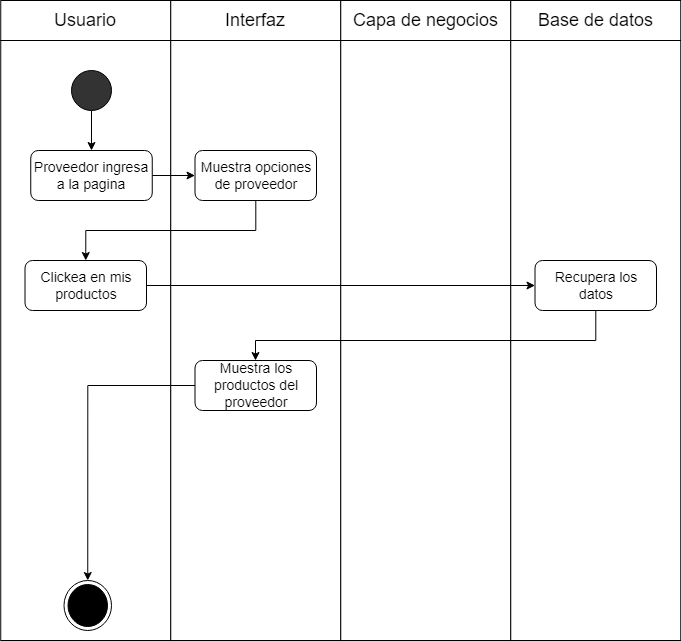
Before: Fase 1/Evidencias Grupales/Diagramas/3) Diagrama de Actividad/37)Lista de productos.drawio.png, a diagram exported from draw.io (SoyElMato1/Grupo4-GreenMarket). Source tidied: cells renumbered, new cells last; positions are measured from the earlier drawing's top-left corner, leaving out a move shared by most shapes. The source it was exported from:
```xml
<mxGraphModel>
  <root>
    <mxCell id="0" />
    <mxCell id="1" parent="0" />
    <mxCell id="2" style="group;" parent="1" vertex="1">
      <mxGeometry x="0.2" width="680" height="40" as="geometry" />
    </mxCell>
    <mxCell id="3" style="group;" parent="2" vertex="1">
      <mxGeometry width="170" height="40" as="geometry" />
    </mxCell>
    <mxCell id="4" style="rounded=0;whiteSpace=wrap;html=1;fontSize=14;fillColor=#FFFFFF;" parent="3" vertex="1">
      <mxGeometry width="170" height="40" as="geometry" />
    </mxCell>
    <mxCell id="5" value="&lt;font style=&quot;font-size: 18px;&quot;&gt;Usuario&lt;/font&gt;" style="text;html=1;strokeColor=none;fillColor=none;align=center;verticalAlign=middle;whiteSpace=wrap;rounded=0;" parent="3" vertex="1">
      <mxGeometry x="55" y="5" width="60" height="30" as="geometry" />
    </mxCell>
    <mxCell id="6" style="group;" parent="2" vertex="1">
      <mxGeometry x="170" width="170" height="40" as="geometry" />
    </mxCell>
    <mxCell id="7" style="rounded=0;whiteSpace=wrap;html=1;fontSize=14;fillColor=#FFFFFF;" parent="6" vertex="1">
      <mxGeometry width="170" height="40" as="geometry" />
    </mxCell>
    <mxCell id="8" value="&lt;span style=&quot;font-size: 18px;&quot;&gt;Interfaz&lt;/span&gt;" style="text;html=1;strokeColor=none;fillColor=none;align=center;verticalAlign=middle;whiteSpace=wrap;rounded=0;" parent="6" vertex="1">
      <mxGeometry x="55" y="5" width="60" height="30" as="geometry" />
    </mxCell>
    <mxCell id="9" style="group;" parent="2" vertex="1">
      <mxGeometry x="340" width="170" height="40" as="geometry" />
    </mxCell>
    <mxCell id="10" style="rounded=0;whiteSpace=wrap;html=1;fontSize=14;fillColor=#FFFFFF;" parent="9" vertex="1">
      <mxGeometry width="170" height="40" as="geometry" />
    </mxCell>
    <mxCell id="11" value="&lt;span style=&quot;font-size: 18px;&quot;&gt;Capa de negocios&lt;/span&gt;" style="text;html=1;strokeColor=none;fillColor=none;align=center;verticalAlign=middle;whiteSpace=wrap;rounded=0;" parent="9" vertex="1">
      <mxGeometry x="7.5" y="5" width="155" height="30" as="geometry" />
    </mxCell>
    <mxCell id="12" style="group;" parent="2" vertex="1">
      <mxGeometry x="510" width="170" height="40" as="geometry" />
    </mxCell>
    <mxCell id="13" style="rounded=0;whiteSpace=wrap;html=1;fontSize=14;fillColor=#FFFFFF;" parent="12" vertex="1">
      <mxGeometry width="170" height="40" as="geometry" />
    </mxCell>
    <mxCell id="14" value="&lt;span style=&quot;font-size: 18px;&quot;&gt;Base de datos&lt;/span&gt;" style="text;html=1;strokeColor=none;fillColor=none;align=center;verticalAlign=middle;whiteSpace=wrap;rounded=0;" parent="12" vertex="1">
      <mxGeometry x="7.5" y="5" width="155" height="30" as="geometry" />
    </mxCell>
    <mxCell id="15" style="rounded=0;whiteSpace=wrap;html=1;" parent="1" vertex="1">
      <mxGeometry x="0.2" y="40" width="170" height="600" as="geometry" />
    </mxCell>
    <mxCell id="16" style="rounded=0;whiteSpace=wrap;html=1;" parent="1" vertex="1">
      <mxGeometry x="170.2" y="40" width="170" height="600" as="geometry" />
    </mxCell>
    <mxCell id="17" style="rounded=0;whiteSpace=wrap;html=1;" parent="1" vertex="1">
      <mxGeometry x="340.2" y="40" width="170" height="600" as="geometry" />
    </mxCell>
    <mxCell id="18" style="rounded=0;whiteSpace=wrap;html=1;" parent="1" vertex="1">
      <mxGeometry x="510.2" y="40" width="170" height="600" as="geometry" />
    </mxCell>
    <mxCell id="19" style="edgeStyle=orthogonalEdgeStyle;rounded=0;jettySize=auto;html=1;entryX=0.5;entryY=0;entryDx=0;entryDy=0;" parent="1" edge="1" source="20" target="25">
      <mxGeometry relative="1" as="geometry" />
    </mxCell>
    <mxCell id="20" style="ellipse;whiteSpace=wrap;html=1;fontSize=18;fillColor=#333333;" parent="1" vertex="1">
      <mxGeometry x="71" y="70" width="40" height="40" as="geometry" />
    </mxCell>
    <mxCell id="21" style="edgeStyle=orthogonalEdgeStyle;rounded=0;jettySize=auto;html=1;entryX=0.5;entryY=0;entryDx=0;entryDy=0;" parent="1" edge="1" source="22" target="29">
      <mxGeometry relative="1" as="geometry">
        <Array as="points">
          <mxPoint x="255" y="230" />
          <mxPoint x="85" y="230" />
        </Array>
      </mxGeometry>
    </mxCell>
    <mxCell id="22" value="Muestra opciones de proveedor" style="rounded=1;whiteSpace=wrap;html=1;fontSize=14;" parent="1" vertex="1">
      <mxGeometry x="194.5" y="150" width="121.5" height="50" as="geometry" />
    </mxCell>
    <mxCell id="23" style="ellipse;html=1;shape=endState;fillColor=#000000;strokeColor=#000000;" parent="1" vertex="1">
      <mxGeometry x="63.5" y="580" width="47.5" height="50" as="geometry" />
    </mxCell>
    <mxCell id="24" style="edgeStyle=orthogonalEdgeStyle;rounded=0;jettySize=auto;html=1;entryX=0;entryY=0.5;entryDx=0;entryDy=0;" parent="1" edge="1" source="25" target="22">
      <mxGeometry relative="1" as="geometry" />
    </mxCell>
    <mxCell id="25" value="Proveedor ingresa a la pagina" style="rounded=1;whiteSpace=wrap;html=1;fontSize=14;" parent="1" vertex="1">
      <mxGeometry x="30.2" y="150" width="121.5" height="50" as="geometry" />
    </mxCell>
    <mxCell id="26" style="edgeStyle=orthogonalEdgeStyle;rounded=0;jettySize=auto;html=1;entryX=0.5;entryY=0;entryDx=0;entryDy=0;" parent="1" edge="1" source="27" target="23">
      <mxGeometry relative="1" as="geometry" />
    </mxCell>
    <mxCell id="27" value="Muestra los productos del proveedor" style="rounded=1;whiteSpace=wrap;html=1;fontSize=14;" parent="1" vertex="1">
      <mxGeometry x="194.5" y="360" width="121.5" height="50" as="geometry" />
    </mxCell>
    <mxCell id="28" style="edgeStyle=orthogonalEdgeStyle;rounded=0;jettySize=auto;html=1;entryX=0;entryY=0.5;entryDx=0;entryDy=0;" parent="1" edge="1" source="29" target="31">
      <mxGeometry relative="1" as="geometry" />
    </mxCell>
    <mxCell id="29" value="Clickea en mis productos" style="rounded=1;whiteSpace=wrap;html=1;fontSize=14;" parent="1" vertex="1">
      <mxGeometry x="24.5" y="260" width="121.5" height="50" as="geometry" />
    </mxCell>
    <mxCell id="30" style="edgeStyle=orthogonalEdgeStyle;rounded=0;jettySize=auto;html=1;" parent="1" edge="1" source="31" target="27">
      <mxGeometry relative="1" as="geometry">
        <Array as="points">
          <mxPoint x="595" y="340" />
          <mxPoint x="255" y="340" />
        </Array>
      </mxGeometry>
    </mxCell>
    <mxCell id="31" value="Recupera los datos" style="rounded=1;whiteSpace=wrap;html=1;fontSize=14;" parent="1" vertex="1">
      <mxGeometry x="534.5" y="260" width="121.5" height="50" as="geometry" />
    </mxCell>
  </root>
</mxGraphModel>
```
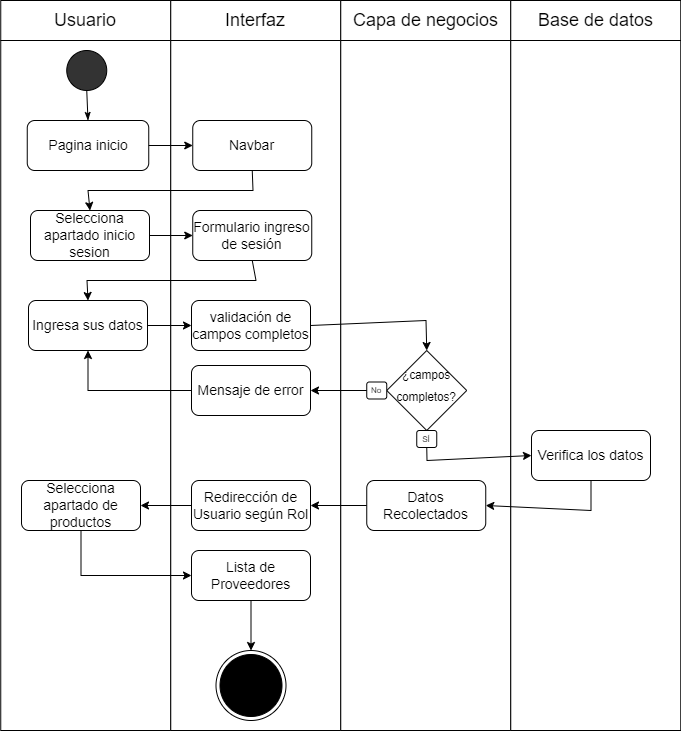
The same diagram one commit later.

Diff of the diagram source:
```diff
@@ -42,65 +42,145 @@
       <mxGeometry x="7.5" y="5" width="155" height="30" as="geometry" />
     </mxCell>
     <mxCell id="15" style="rounded=0;whiteSpace=wrap;html=1;" parent="1" vertex="1">
-      <mxGeometry x="0.2" y="40" width="170" height="600" as="geometry" />
+      <mxGeometry x="0.2" y="40" width="170" height="690" as="geometry" />
     </mxCell>
     <mxCell id="16" style="rounded=0;whiteSpace=wrap;html=1;" parent="1" vertex="1">
-      <mxGeometry x="170.2" y="40" width="170" height="600" as="geometry" />
+      <mxGeometry x="170.2" y="40" width="170" height="690" as="geometry" />
     </mxCell>
     <mxCell id="17" style="rounded=0;whiteSpace=wrap;html=1;" parent="1" vertex="1">
-      <mxGeometry x="340.2" y="40" width="170" height="600" as="geometry" />
+      <mxGeometry x="340.2" y="40" width="170" height="690" as="geometry" />
     </mxCell>
     <mxCell id="18" style="rounded=0;whiteSpace=wrap;html=1;" parent="1" vertex="1">
-      <mxGeometry x="510.2" y="40" width="170" height="600" as="geometry" />
+      <mxGeometry x="510.2" y="40" width="170" height="690" as="geometry" />
     </mxCell>
-    <mxCell id="19" style="edgeStyle=orthogonalEdgeStyle;rounded=0;jettySize=auto;html=1;entryX=0.5;entryY=0;entryDx=0;entryDy=0;" parent="1" edge="1" source="20" target="25">
-      <mxGeometry relative="1" as="geometry" />
-    </mxCell>
-    <mxCell id="20" style="ellipse;whiteSpace=wrap;html=1;fontSize=18;fillColor=#333333;" parent="1" vertex="1">
-      <mxGeometry x="71" y="70" width="40" height="40" as="geometry" />
-    </mxCell>
-    <mxCell id="21" style="edgeStyle=orthogonalEdgeStyle;rounded=0;jettySize=auto;html=1;entryX=0.5;entryY=0;entryDx=0;entryDy=0;" parent="1" edge="1" source="22" target="29">
-      <mxGeometry relative="1" as="geometry">
-        <Array as="points">
-          <mxPoint x="255" y="230" />
-          <mxPoint x="85" y="230" />
-        </Array>
-      </mxGeometry>
-    </mxCell>
-    <mxCell id="22" value="Muestra opciones de proveedor" style="rounded=1;whiteSpace=wrap;html=1;fontSize=14;" parent="1" vertex="1">
-      <mxGeometry x="194.5" y="150" width="121.5" height="50" as="geometry" />
-    </mxCell>
-    <mxCell id="23" style="ellipse;html=1;shape=endState;fillColor=#000000;strokeColor=#000000;" parent="1" vertex="1">
-      <mxGeometry x="63.5" y="580" width="47.5" height="50" as="geometry" />
-    </mxCell>
-    <mxCell id="24" style="edgeStyle=orthogonalEdgeStyle;rounded=0;jettySize=auto;html=1;entryX=0;entryY=0.5;entryDx=0;entryDy=0;" parent="1" edge="1" source="25" target="22">
-      <mxGeometry relative="1" as="geometry" />
-    </mxCell>
-    <mxCell id="25" value="Proveedor ingresa a la pagina" style="rounded=1;whiteSpace=wrap;html=1;fontSize=14;" parent="1" vertex="1">
-      <mxGeometry x="30.2" y="150" width="121.5" height="50" as="geometry" />
-    </mxCell>
-    <mxCell id="26" style="edgeStyle=orthogonalEdgeStyle;rounded=0;jettySize=auto;html=1;entryX=0.5;entryY=0;entryDx=0;entryDy=0;" parent="1" edge="1" source="27" target="23">
-      <mxGeometry relative="1" as="geometry" />
-    </mxCell>
-    <mxCell id="27" value="Muestra los productos del proveedor" style="rounded=1;whiteSpace=wrap;html=1;fontSize=14;" parent="1" vertex="1">
-      <mxGeometry x="194.5" y="360" width="121.5" height="50" as="geometry" />
-    </mxCell>
-    <mxCell id="28" style="edgeStyle=orthogonalEdgeStyle;rounded=0;jettySize=auto;html=1;entryX=0;entryY=0.5;entryDx=0;entryDy=0;" parent="1" edge="1" source="29" target="31">
-      <mxGeometry relative="1" as="geometry" />
-    </mxCell>
-    <mxCell id="29" value="Clickea en mis productos" style="rounded=1;whiteSpace=wrap;html=1;fontSize=14;" parent="1" vertex="1">
-      <mxGeometry x="24.5" y="260" width="121.5" height="50" as="geometry" />
-    </mxCell>
-    <mxCell id="30" style="edgeStyle=orthogonalEdgeStyle;rounded=0;jettySize=auto;html=1;" parent="1" edge="1" source="31" target="27">
-      <mxGeometry relative="1" as="geometry">
-        <Array as="points">
-          <mxPoint x="595" y="340" />
-          <mxPoint x="255" y="340" />
-        </Array>
-      </mxGeometry>
-    </mxCell>
-    <mxCell id="31" value="Recupera los datos" style="rounded=1;whiteSpace=wrap;html=1;fontSize=14;" parent="1" vertex="1">
-      <mxGeometry x="534.5" y="260" width="121.5" height="50" as="geometry" />
-    </mxCell>
+    <mxCell id="32" style="ellipse;html=1;shape=endState;fillColor=#000000;strokeColor=#000000;" parent="1" vertex="1">
+      <mxGeometry x="215.5" y="650" width="70" height="70" as="geometry" />
+    </mxCell>
+    <mxCell id="33" style="ellipse;whiteSpace=wrap;html=1;fontSize=18;fillColor=#333333;" parent="1" vertex="1">
+      <mxGeometry x="66.2" y="50" width="40" height="40" as="geometry" />
+    </mxCell>
+    <mxCell id="34" style="endArrow=none;html=1;rounded=0;fontSize=18;entryX=0.5;entryY=1;entryDx=0;entryDy=0;exitX=0.5;exitY=0;exitDx=0;exitDy=0;startArrow=classicThin;startFill=1;" parent="1" edge="1" source="56" target="33">
+      <mxGeometry relative="1" as="geometry" />
+    </mxCell>
+    <mxCell id="35" value="Formulario ingreso de sesión" style="rounded=1;whiteSpace=wrap;html=1;fontSize=14;" parent="1" vertex="1">
+      <mxGeometry x="192.2" y="210" width="119" height="50" as="geometry" />
+    </mxCell>
+    <mxCell id="36" style="group;" parent="1" vertex="1">
+      <mxGeometry x="366.2" y="350" width="100" height="97" as="geometry" />
+    </mxCell>
+    <mxCell id="37" value="&lt;font style=&quot;line-height: 0; font-size: 14px;&quot;&gt;&lt;sup style=&quot;&quot;&gt;¿campos completos?&lt;/sup&gt;&lt;/font&gt;" style="rhombus;whiteSpace=wrap;html=1;fontSize=18;fillColor=#FFFFFF;align=center;" parent="36" vertex="1">
+      <mxGeometry x="20" width="80" height="80" as="geometry" />
+    </mxCell>
+    <mxCell id="38" value="No" style="rounded=1;whiteSpace=wrap;html=1;fontSize=8;fillColor=#FFFFFF;" parent="36" vertex="1">
+      <mxGeometry y="31.5" width="20" height="17" as="geometry" />
+    </mxCell>
+    <mxCell id="39" value="SÍ" style="rounded=1;whiteSpace=wrap;html=1;fontSize=8;fillColor=#FFFFFF;" parent="36" vertex="1">
+      <mxGeometry x="50" y="80" width="20" height="17" as="geometry" />
+    </mxCell>
+    <mxCell id="40" value="Verifica los datos" style="rounded=1;whiteSpace=wrap;html=1;fontSize=14;" parent="1" vertex="1">
+      <mxGeometry x="531" y="430" width="119" height="50" as="geometry" />
+    </mxCell>
+    <mxCell id="41" value="Mensaje de error" style="rounded=1;whiteSpace=wrap;html=1;fontSize=14;" parent="1" vertex="1">
+      <mxGeometry x="191" y="365" width="119" height="50" as="geometry" />
+    </mxCell>
+    <mxCell id="42" style="endArrow=classic;html=1;rounded=0;entryX=1;entryY=0.5;entryDx=0;entryDy=0;exitX=0;exitY=0.5;exitDx=0;exitDy=0;" parent="1" edge="1" source="38" target="41">
+      <mxGeometry relative="1" as="geometry" />
+    </mxCell>
+    <mxCell id="43" value="Redirección de Usuario según Rol" style="rounded=1;whiteSpace=wrap;html=1;fontSize=14;" parent="1" vertex="1">
+      <mxGeometry x="191" y="480" width="119" height="50" as="geometry" />
+    </mxCell>
+    <mxCell id="44" value="Ingresa sus datos" style="rounded=1;whiteSpace=wrap;html=1;fontSize=14;" parent="1" vertex="1">
+      <mxGeometry x="28" y="300" width="119" height="50" as="geometry" />
+    </mxCell>
+    <mxCell id="45" style="endArrow=classic;html=1;rounded=0;exitX=0.5;exitY=1;exitDx=0;exitDy=0;entryX=0.5;entryY=0;entryDx=0;entryDy=0;" parent="1" edge="1" source="35" target="44">
+      <mxGeometry relative="1" as="geometry">
+        <Array as="points">
+          <mxPoint x="255.5" y="280" />
+          <mxPoint x="86.5" y="280" />
+        </Array>
+      </mxGeometry>
+    </mxCell>
+    <mxCell id="46" value="validación de campos completos" style="rounded=1;whiteSpace=wrap;html=1;fontSize=14;" parent="1" vertex="1">
+      <mxGeometry x="191" y="300" width="119" height="50" as="geometry" />
+    </mxCell>
+    <mxCell id="47" style="endArrow=classic;html=1;rounded=0;exitX=1;exitY=0.5;exitDx=0;exitDy=0;entryX=0;entryY=0.5;entryDx=0;entryDy=0;" parent="1" edge="1" source="44" target="46">
+      <mxGeometry relative="1" as="geometry" />
+    </mxCell>
+    <mxCell id="48" style="endArrow=classic;html=1;rounded=0;exitX=1;exitY=0.5;exitDx=0;exitDy=0;entryX=0.5;entryY=0;entryDx=0;entryDy=0;" parent="1" edge="1" source="46" target="37">
+      <mxGeometry relative="1" as="geometry">
+        <Array as="points">
+          <mxPoint x="425.5" y="320" />
+        </Array>
+      </mxGeometry>
+    </mxCell>
+    <mxCell id="49" style="endArrow=classic;html=1;rounded=0;exitX=0;exitY=0.5;exitDx=0;exitDy=0;entryX=0.5;entryY=1;entryDx=0;entryDy=0;" parent="1" edge="1" source="41" target="44">
+      <mxGeometry relative="1" as="geometry">
+        <Array as="points">
+          <mxPoint x="87.5" y="390" />
+        </Array>
+      </mxGeometry>
+    </mxCell>
+    <mxCell id="50" value="Datos Recolectados" style="rounded=1;whiteSpace=wrap;html=1;fontSize=14;" parent="1" vertex="1">
+      <mxGeometry x="366.2" y="480" width="119" height="50" as="geometry" />
+    </mxCell>
+    <mxCell id="51" style="endArrow=classic;html=1;rounded=0;exitX=0.5;exitY=1;exitDx=0;exitDy=0;entryX=1;entryY=0.5;entryDx=0;entryDy=0;" parent="1" edge="1" source="40" target="50">
+      <mxGeometry relative="1" as="geometry">
+        <Array as="points">
+          <mxPoint x="590.5" y="510" />
+        </Array>
+      </mxGeometry>
+    </mxCell>
+    <mxCell id="52" style="endArrow=classic;html=1;rounded=0;exitX=0;exitY=0.5;exitDx=0;exitDy=0;entryX=1;entryY=0.5;entryDx=0;entryDy=0;" parent="1" edge="1" source="50" target="43">
+      <mxGeometry relative="1" as="geometry" />
+    </mxCell>
+    <mxCell id="53" style="endArrow=classic;html=1;rounded=0;exitX=0.5;exitY=1;exitDx=0;exitDy=0;entryX=0;entryY=0.5;entryDx=0;entryDy=0;" parent="1" edge="1" source="39" target="40">
+      <mxGeometry relative="1" as="geometry">
+        <Array as="points">
+          <mxPoint x="426.5" y="460" />
+        </Array>
+      </mxGeometry>
+    </mxCell>
+    <mxCell id="54" value="Selecciona apartado de productos" style="rounded=1;whiteSpace=wrap;html=1;fontSize=14;" parent="1" vertex="1">
+      <mxGeometry x="21" y="480" width="119" height="50" as="geometry" />
+    </mxCell>
+    <mxCell id="55" style="endArrow=classic;html=1;rounded=0;entryX=1;entryY=0.5;entryDx=0;entryDy=0;exitX=0;exitY=0.5;exitDx=0;exitDy=0;" parent="1" edge="1" source="43" target="54">
+      <mxGeometry relative="1" as="geometry" />
+    </mxCell>
+    <mxCell id="56" value="Pagina inicio" style="rounded=1;whiteSpace=wrap;html=1;fontSize=14;" parent="1" vertex="1">
+      <mxGeometry x="26.8" y="120" width="121.5" height="50" as="geometry" />
+    </mxCell>
+    <mxCell id="57" value="Selecciona apartado inicio sesion" style="rounded=1;whiteSpace=wrap;html=1;fontSize=14;" parent="1" vertex="1">
+      <mxGeometry x="30" y="210" width="119" height="50" as="geometry" />
+    </mxCell>
+    <mxCell id="58" value="Navbar" style="rounded=1;whiteSpace=wrap;html=1;fontSize=14;" parent="1" vertex="1">
+      <mxGeometry x="192.2" y="120" width="119" height="50" as="geometry" />
+    </mxCell>
+    <mxCell id="59" style="endArrow=classic;html=1;rounded=0;exitX=0.5;exitY=1;exitDx=0;exitDy=0;entryX=0.5;entryY=0;entryDx=0;entryDy=0;" parent="1" edge="1" source="58" target="57">
+      <mxGeometry relative="1" as="geometry">
+        <Array as="points">
+          <mxPoint x="252.5" y="190" />
+          <mxPoint x="87.5" y="190" />
+        </Array>
+      </mxGeometry>
+    </mxCell>
+    <mxCell id="60" style="endArrow=classic;html=1;rounded=0;exitX=1;exitY=0.5;exitDx=0;exitDy=0;entryX=0;entryY=0.5;entryDx=0;entryDy=0;" parent="1" edge="1" source="57" target="35">
+      <mxGeometry relative="1" as="geometry" />
+    </mxCell>
+    <mxCell id="61" style="endArrow=classic;html=1;rounded=0;exitX=1;exitY=0.5;exitDx=0;exitDy=0;entryX=0;entryY=0.5;entryDx=0;entryDy=0;" parent="1" edge="1" source="56" target="58">
+      <mxGeometry relative="1" as="geometry" />
+    </mxCell>
+    <mxCell id="62" style="edgeStyle=orthogonalEdgeStyle;rounded=0;jettySize=auto;html=1;" parent="1" edge="1" source="63" target="32">
+      <mxGeometry relative="1" as="geometry" />
+    </mxCell>
+    <mxCell id="63" value="Lista de Proveedores" style="rounded=1;whiteSpace=wrap;html=1;fontSize=14;" parent="1" vertex="1">
+      <mxGeometry x="191" y="550" width="119" height="50" as="geometry" />
+    </mxCell>
+    <mxCell id="64" style="endArrow=classic;html=1;rounded=0;exitX=0.5;exitY=1;exitDx=0;exitDy=0;entryX=0;entryY=0.5;entryDx=0;entryDy=0;" parent="1" edge="1" source="54" target="63">
+      <mxGeometry relative="1" as="geometry">
+        <Array as="points">
+          <mxPoint x="80.5" y="575" />
+        </Array>
+      </mxGeometry>
+    </mxCell>
   </root>
 </mxGraphModel>
```
